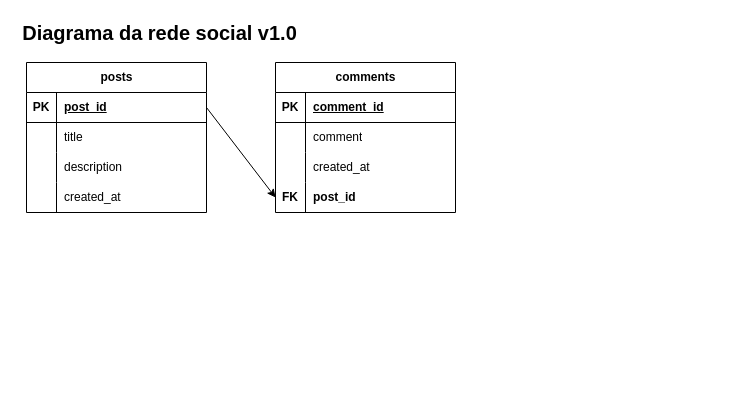
This is rede_social/diagrama-rede-social.drawio from olimpiodev-tec/banco-dados-I-aulas, a draw.io file, before an edit. Source tidied: cells renumbered, new cells numbered last; positions are measured from the earlier drawing's top-left corner, leaving out a move shared by most shapes. Both pictures are drawn from the tidied source at 100%, with x=0, y=0 at pixel (17, 17).
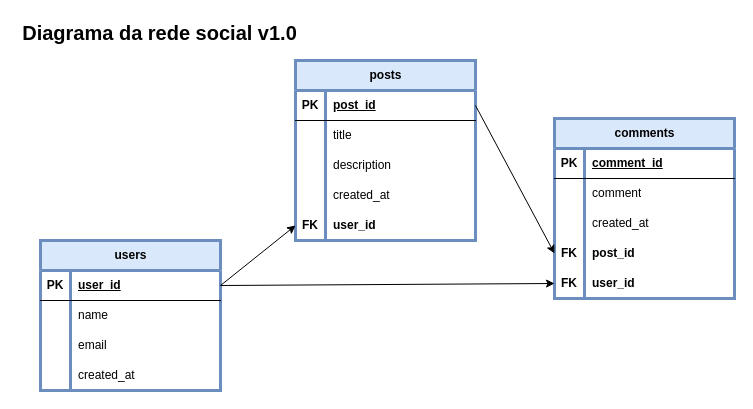
Above is the later version.

Diff of the diagram source:
```diff
@@
-    <mxCell id="3" value="posts" style="shape=table;startSize=30;childLayout=tableLayout;rowLines=0;fontStyle=1;align=center;html=1;" parent="1" vertex="1">
-      <mxGeometry x="9" y="45" width="180" height="150" as="geometry" />
+    <mxCell id="3" value="posts" style="shape=table;startSize=30;childLayout=tableLayout;rowLines=0;fontStyle=1;align=center;html=1;fillColor=#dae8fc;strokeColor=#6c8ebf;strokeWidth=3;" parent="1" vertex="1">
+      <mxGeometry x="278" y="43" width="180" height="180" as="geometry" />
     </mxCell>
@@
+    <mxCell id="30" style="shape=tableRow;horizontal=0;startSize=0;swimlaneHead=0;swimlaneBody=0;fillColor=none;points=[[0,0.5],[1,0.5]];portConstraint=eastwest;top=0;left=0;right=0;bottom=0;" parent="3" vertex="1">
+      <mxGeometry y="150" width="180" height="30" as="geometry" />
+    </mxCell>
+    <mxCell id="31" value="FK" style="shape=partialRectangle;fillColor=none;top=0;left=0;bottom=0;right=0;fontStyle=1;overflow=hidden;whiteSpace=wrap;html=1;" parent="30" vertex="1">
+      <mxGeometry width="30" height="30" as="geometry" />
+    </mxCell>
+    <mxCell id="32" value="user_id" style="shape=partialRectangle;fillColor=none;top=0;left=0;bottom=0;right=0;align=left;spacingLeft=6;fontStyle=1;overflow=hidden;whiteSpace=wrap;html=1;" parent="30" vertex="1">
+      <mxGeometry x="30" width="150" height="30" as="geometry" />
+    </mxCell>
-    <mxCell id="16" value="comments" style="shape=table;startSize=30;childLayout=tableLayout;rowLines=0;fontStyle=1;align=center;html=1;" parent="1" vertex="1">
-      <mxGeometry x="258" y="45" width="180" height="150" as="geometry" />
+    <mxCell id="16" value="comments" style="shape=table;startSize=30;childLayout=tableLayout;rowLines=0;fontStyle=1;align=center;html=1;fillColor=#dae8fc;strokeColor=#6c8ebf;strokeWidth=3;" parent="1" vertex="1">
+      <mxGeometry x="537" y="101" width="180" height="180" as="geometry" />
     </mxCell>
@@
+    <mxCell id="33" style="shape=tableRow;horizontal=0;startSize=0;swimlaneHead=0;swimlaneBody=0;fillColor=none;points=[[0,0.5],[1,0.5]];portConstraint=eastwest;top=0;left=0;right=0;bottom=0;fontStyle=1;" parent="16" vertex="1">
+      <mxGeometry y="150" width="180" height="30" as="geometry" />
+    </mxCell>
+    <mxCell id="34" value="FK" style="shape=partialRectangle;fillColor=none;top=0;left=0;bottom=0;right=0;fontStyle=1;overflow=hidden;whiteSpace=wrap;html=1;" parent="33" vertex="1">
+      <mxGeometry width="30" height="30" as="geometry" />
+    </mxCell>
+    <mxCell id="35" value="user_id" style="shape=partialRectangle;fillColor=none;top=0;left=0;bottom=0;right=0;align=left;spacingLeft=6;fontStyle=1;overflow=hidden;whiteSpace=wrap;html=1;" parent="33" vertex="1">
+      <mxGeometry x="30" width="150" height="30" as="geometry" />
+    </mxCell>
@@
+    <mxCell id="36" value="users" style="shape=table;startSize=30;childLayout=tableLayout;rowLines=0;fontStyle=1;align=center;html=1;fillColor=#dae8fc;strokeColor=#6c8ebf;strokeWidth=3;" parent="1" vertex="1">
+      <mxGeometry x="23" y="223" width="180" height="150" as="geometry" />
+    </mxCell>
+    <mxCell id="37" style="shape=tableRow;horizontal=0;startSize=0;swimlaneHead=0;swimlaneBody=0;fillColor=none;points=[[0,0.5],[1,0.5]];portConstraint=eastwest;top=0;left=0;right=0;bottom=1;" parent="36" vertex="1">
+      <mxGeometry y="30" width="180" height="30" as="geometry" />
+    </mxCell>
+    <mxCell id="38" value="PK" style="shape=partialRectangle;fillColor=none;top=0;left=0;bottom=0;right=0;fontStyle=1;overflow=hidden;whiteSpace=wrap;html=1;" parent="37" vertex="1">
+      <mxGeometry width="30" height="30" as="geometry" />
+    </mxCell>
+    <mxCell id="39" value="user_id" style="shape=partialRectangle;fillColor=none;top=0;left=0;bottom=0;right=0;align=left;spacingLeft=6;fontStyle=5;overflow=hidden;whiteSpace=wrap;html=1;" parent="37" vertex="1">
+      <mxGeometry x="30" width="150" height="30" as="geometry" />
+    </mxCell>
+    <mxCell id="40" style="shape=tableRow;horizontal=0;startSize=0;swimlaneHead=0;swimlaneBody=0;fillColor=none;top=0;left=0;right=0;bottom=0;" parent="36" vertex="1">
+      <mxGeometry y="60" width="180" height="30" as="geometry" />
+    </mxCell>
+    <mxCell id="41" style="shape=partialRectangle;fillColor=none;top=0;left=0;bottom=0;right=0;overflow=hidden;whiteSpace=wrap;html=1;" parent="40" vertex="1">
+      <mxGeometry width="30" height="30" as="geometry" />
+    </mxCell>
+    <mxCell id="42" value="name" style="shape=partialRectangle;fillColor=none;top=0;left=0;bottom=0;right=0;align=left;spacingLeft=6;overflow=hidden;whiteSpace=wrap;html=1;" parent="40" vertex="1">
+      <mxGeometry x="30" width="150" height="30" as="geometry" />
+    </mxCell>
+    <mxCell id="43" style="shape=tableRow;horizontal=0;startSize=0;swimlaneHead=0;swimlaneBody=0;fillColor=none;top=0;left=0;right=0;bottom=0;" parent="36" vertex="1">
+      <mxGeometry y="90" width="180" height="30" as="geometry" />
+    </mxCell>
+    <mxCell id="44" style="shape=partialRectangle;fillColor=none;top=0;left=0;bottom=0;right=0;overflow=hidden;whiteSpace=wrap;html=1;" parent="43" vertex="1">
+      <mxGeometry width="30" height="30" as="geometry" />
+    </mxCell>
+    <mxCell id="45" value="email" style="shape=partialRectangle;fillColor=none;top=0;left=0;bottom=0;right=0;align=left;spacingLeft=6;overflow=hidden;whiteSpace=wrap;html=1;" parent="43" vertex="1">
+      <mxGeometry x="30" width="150" height="30" as="geometry" />
+    </mxCell>
+    <mxCell id="46" style="shape=tableRow;horizontal=0;startSize=0;swimlaneHead=0;swimlaneBody=0;fillColor=none;top=0;left=0;right=0;bottom=0;" parent="36" vertex="1">
+      <mxGeometry y="120" width="180" height="30" as="geometry" />
+    </mxCell>
+    <mxCell id="47" style="shape=partialRectangle;fillColor=none;top=0;left=0;bottom=0;right=0;overflow=hidden;whiteSpace=wrap;html=1;" parent="46" vertex="1">
+      <mxGeometry width="30" height="30" as="geometry" />
+    </mxCell>
+    <mxCell id="48" value="created_at" style="shape=partialRectangle;fillColor=none;top=0;left=0;bottom=0;right=0;align=left;spacingLeft=6;overflow=hidden;whiteSpace=wrap;html=1;" parent="46" vertex="1">
+      <mxGeometry x="30" width="150" height="30" as="geometry" />
+    </mxCell>
+    <mxCell id="49" style="endArrow=classic;html=1;rounded=0;exitX=1;exitY=0.5;exitDx=0;exitDy=0;entryX=0;entryY=0.5;entryDx=0;entryDy=0;" parent="1" edge="1" source="37" target="30">
+      <mxGeometry relative="1" as="geometry" />
+    </mxCell>
+    <mxCell id="50" style="endArrow=classic;html=1;rounded=0;entryX=0;entryY=0.5;entryDx=0;entryDy=0;exitX=1;exitY=0.5;exitDx=0;exitDy=0;" parent="1" edge="1" source="37" target="33">
+      <mxGeometry relative="1" as="geometry" />
+    </mxCell>
```
